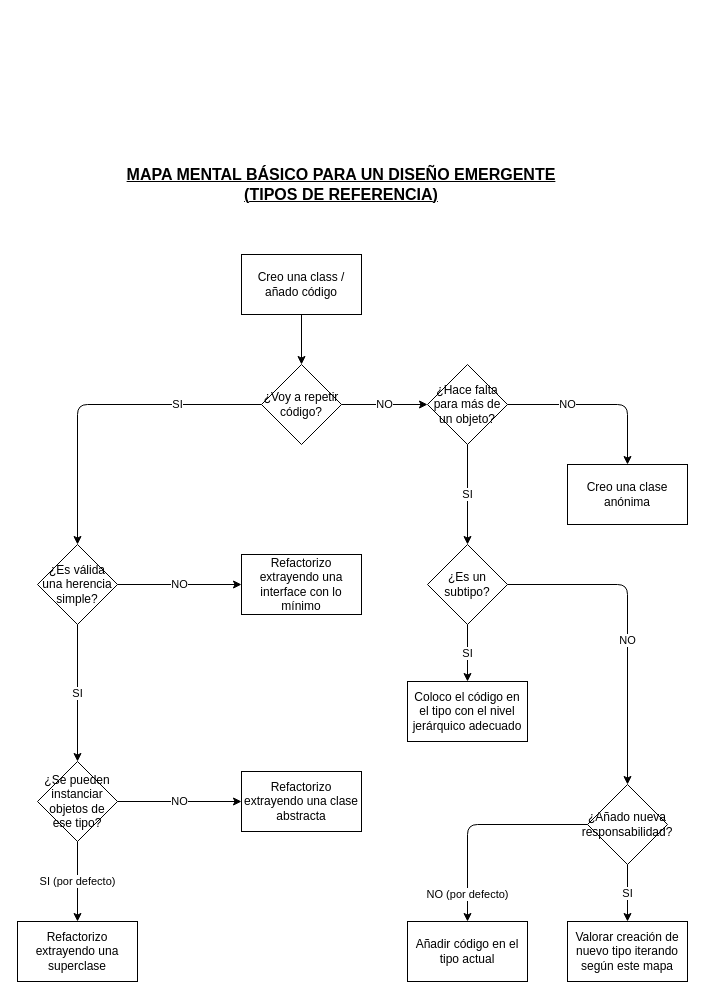
Above: page "Tipos referencia" (1 of 3) of Mapa Mental de Diseño Emergente.drawio in DptoSIC/CurriculoDIM (draw.io), before the change. Source tidied: cells renumbered, new cells numbered last; positions are measured from the earlier drawing's top-left corner, leaving out a move shared by most shapes. Both pictures are drawn from the tidied source at 100%, with x=0, y=0 at pixel (17, 174).
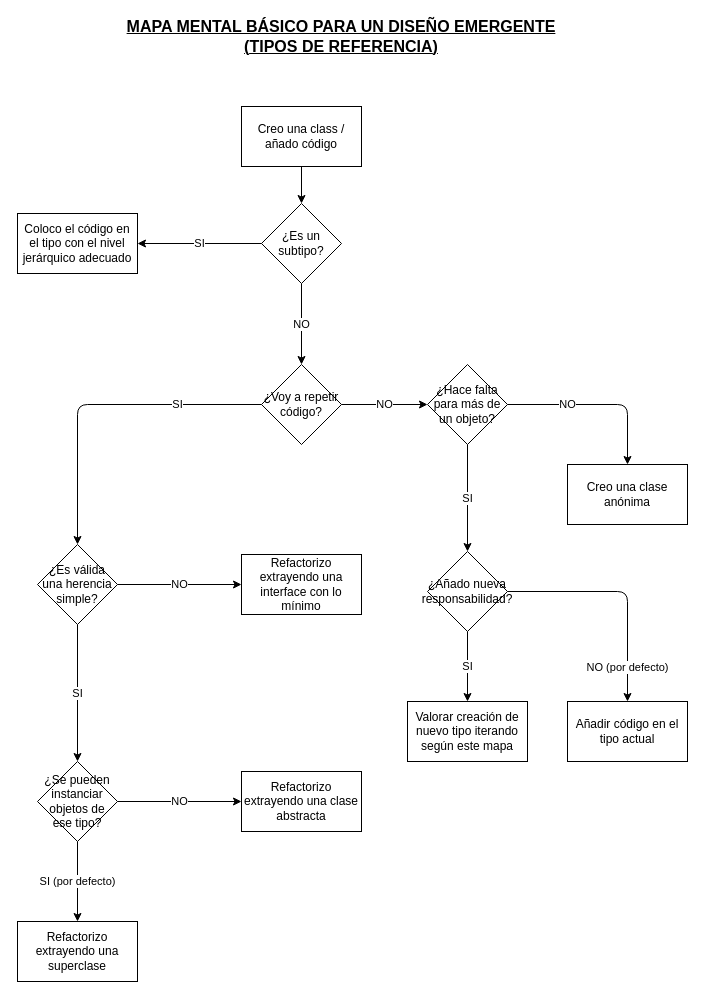
The same diagram, later.

The change refers to these unchanged cells:
```xml
<mxCell id="3" value="¿Voy a repetir código?" style="rhombus;whiteSpace=wrap;html=1;" parent="1" vertex="1">
  <mxGeometry x="244" y="190" width="80" height="80" as="geometry" />
</mxCell>
<mxCell id="20" value="¿Hace falta para más de un objeto?" style="rhombus;whiteSpace=wrap;html=1;" parent="1" vertex="1">
  <mxGeometry x="410" y="190" width="80" height="80" as="geometry" />
</mxCell>
```

Diff of the diagram source:
```diff
@@
     <mxCell id="2" value="&lt;div&gt;Creo una class /&lt;/div&gt;&lt;div&gt;añado código&lt;br&gt;&lt;/div&gt;" style="rounded=0;whiteSpace=wrap;html=1;" parent="1" vertex="1">
-      <mxGeometry x="224" y="80" width="120" height="60" as="geometry" />
+      <mxGeometry x="224" y="-68" width="120" height="60" as="geometry" />
     </mxCell>
@@
-    <mxCell id="8" style="endArrow=classic;html=1;exitX=0.5;exitY=1;exitDx=0;exitDy=0;entryX=0.5;entryY=0;entryDx=0;entryDy=0;" parent="1" edge="1" source="2" target="3">
+    <mxCell id="8" style="endArrow=classic;html=1;exitX=0.5;exitY=1;exitDx=0;exitDy=0;entryX=0.5;entryY=0;entryDx=0;entryDy=0;" parent="1" edge="1" source="2" target="16">
       <mxGeometry relative="1" as="geometry" />
     </mxCell>
@@
     <mxCell id="15" value="&lt;div&gt;&lt;u&gt;&lt;b&gt;&lt;font style=&quot;font-size: 16px&quot;&gt;MAPA MENTAL BÁSICO PARA UN DISEÑO EMERGENTE&lt;/font&gt;&lt;/b&gt;&lt;/u&gt;&lt;/div&gt;&lt;div&gt;&lt;u&gt;&lt;b&gt;&lt;font style=&quot;font-size: 16px&quot;&gt;(&lt;/font&gt;&lt;/b&gt;&lt;/u&gt;&lt;u&gt;&lt;b&gt;&lt;font style=&quot;font-size: 16px&quot;&gt;&lt;u&gt;&lt;b&gt;&lt;font style=&quot;font-size: 16px&quot;&gt;TIPOS DE REFERENCIA&lt;/font&gt;&lt;/b&gt;&lt;/u&gt;)&lt;br&gt;&lt;/font&gt;&lt;/b&gt;&lt;/u&gt;&lt;/div&gt;" style="text;html=1;strokeColor=none;fillColor=none;align=center;verticalAlign=middle;whiteSpace=wrap;rounded=0;" parent="1" vertex="1">
-      <mxGeometry x="69" width="510" height="20" as="geometry" />
+      <mxGeometry x="69" y="-148" width="510" height="20" as="geometry" />
     </mxCell>
-    <mxCell id="16" value="¿Es un subtipo?" style="rhombus;whiteSpace=wrap;html=1;" parent="1" vertex="1">
-      <mxGeometry x="410" y="370" width="80" height="80" as="geometry" />
-    </mxCell>
-    <mxCell id="17" value="Coloco el código en el tipo con el nivel jerárquico adecuado" style="rounded=0;whiteSpace=wrap;html=1;" parent="1" vertex="1">
-      <mxGeometry x="390" y="507" width="120" height="60" as="geometry" />
-    </mxCell>
@@
-    <mxCell id="19" value="SI" style="endArrow=classic;html=1;entryX=0.5;entryY=0;entryDx=0;entryDy=0;exitX=0.5;exitY=1;exitDx=0;exitDy=0;" parent="1" edge="1" source="16" target="17">
-      <mxGeometry relative="1" as="geometry" />
-    </mxCell>
@@
-    <mxCell id="21" value="SI" style="endArrow=classic;html=1;exitX=0.5;exitY=1;exitDx=0;exitDy=0;entryX=0.5;entryY=0;entryDx=0;entryDy=0;" parent="1" edge="1" source="20" target="16">
+    <mxCell id="21" value="SI" style="endArrow=classic;html=1;exitX=0.5;exitY=1;exitDx=0;exitDy=0;entryX=0.5;entryY=0;entryDx=0;entryDy=0;" parent="1" edge="1" source="20" target="24">
       <mxGeometry relative="1" as="geometry" />
     </mxCell>
@@
     <mxCell id="24" value="¿Añado nueva responsabilidad?" style="rhombus;whiteSpace=wrap;html=1;" parent="1" vertex="1">
-      <mxGeometry x="570" y="610" width="80" height="80" as="geometry" />
+      <mxGeometry x="410" y="377" width="80" height="80" as="geometry" />
     </mxCell>
     <mxCell id="25" value="Valorar creación de nuevo tipo iterando según este mapa" style="rounded=0;whiteSpace=wrap;html=1;" parent="1" vertex="1">
-      <mxGeometry x="550" y="747" width="120" height="60" as="geometry" />
+      <mxGeometry x="390" y="527" width="120" height="60" as="geometry" />
     </mxCell>
@@
-    <mxCell id="27" value="NO" style="endArrow=classic;html=1;entryX=0.5;entryY=0;entryDx=0;entryDy=0;exitX=1;exitY=0.5;exitDx=0;exitDy=0;" parent="1" edge="1" source="16" target="24">
-      <mxGeometry x="0.1" relative="1" as="geometry">
-        <Array as="points">
-          <mxPoint x="610" y="410" />
-        </Array>
-      </mxGeometry>
-    </mxCell>
-    <mxCell id="28" value="NO (por defecto)" style="endArrow=classic;html=1;exitX=0;exitY=0.5;exitDx=0;exitDy=0;entryX=0.5;entryY=0;entryDx=0;entryDy=0;" parent="1" edge="1" source="24" target="29">
-      <mxGeometry x="0.75" relative="1" as="geometry">
+    <mxCell id="28" value="NO (por defecto)" style="endArrow=classic;html=1;exitX=1;exitY=0.5;exitDx=0;exitDy=0;entryX=0.5;entryY=0;entryDx=0;entryDy=0;" parent="1" edge="1" source="24" target="29">
+      <mxGeometry x="0.7" relative="1" as="geometry">
         <Array as="points">
-          <mxPoint x="450" y="650" />
+          <mxPoint x="610" y="417" />
         </Array>
       </mxGeometry>
     </mxCell>
     <mxCell id="29" value="Añadir código en el tipo actual" style="rounded=0;whiteSpace=wrap;html=1;" parent="1" vertex="1">
-      <mxGeometry x="390" y="747" width="120" height="60" as="geometry" />
+      <mxGeometry x="550" y="527" width="120" height="60" as="geometry" />
     </mxCell>
+    <mxCell id="16" value="¿Es un subtipo?" style="rhombus;whiteSpace=wrap;html=1;" parent="1" vertex="1">
+      <mxGeometry x="244" y="29" width="80" height="80" as="geometry" />
+    </mxCell>
+    <mxCell id="17" value="Coloco el código en el tipo con el nivel jerárquico adecuado" style="rounded=0;whiteSpace=wrap;html=1;" parent="1" vertex="1">
+      <mxGeometry y="39" width="120" height="60" as="geometry" />
+    </mxCell>
+    <mxCell id="19" value="SI" style="endArrow=classic;html=1;entryX=1;entryY=0.5;entryDx=0;entryDy=0;exitX=0;exitY=0.5;exitDx=0;exitDy=0;" parent="1" edge="1" source="16" target="17">
+      <mxGeometry relative="1" as="geometry" />
+    </mxCell>
+    <mxCell id="27" value="NO" style="endArrow=classic;html=1;exitX=0.5;exitY=1;exitDx=0;exitDy=0;entryX=0.5;entryY=0;entryDx=0;entryDy=0;" parent="1" edge="1" source="16" target="3">
+      <mxGeometry relative="1" as="geometry" />
+    </mxCell>
```
